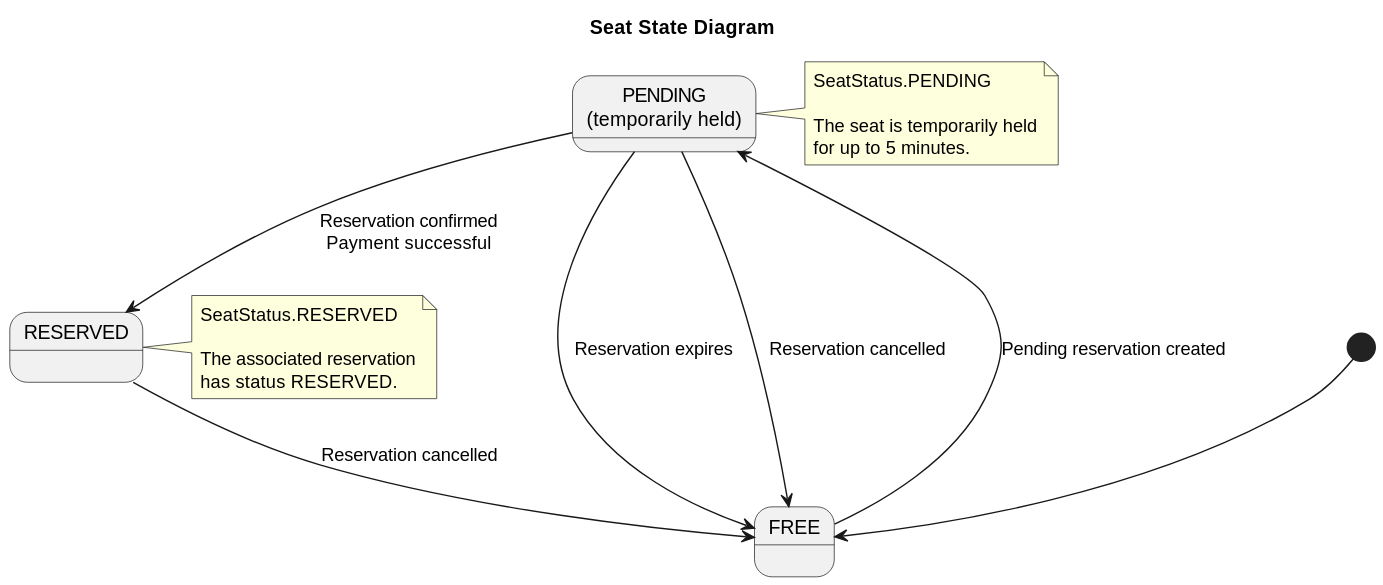
Earlier version of the PlantUML export diagrams/StateDiagrams/SeatStateDiagram.svg (MatinoTekkit/swi_cinema).
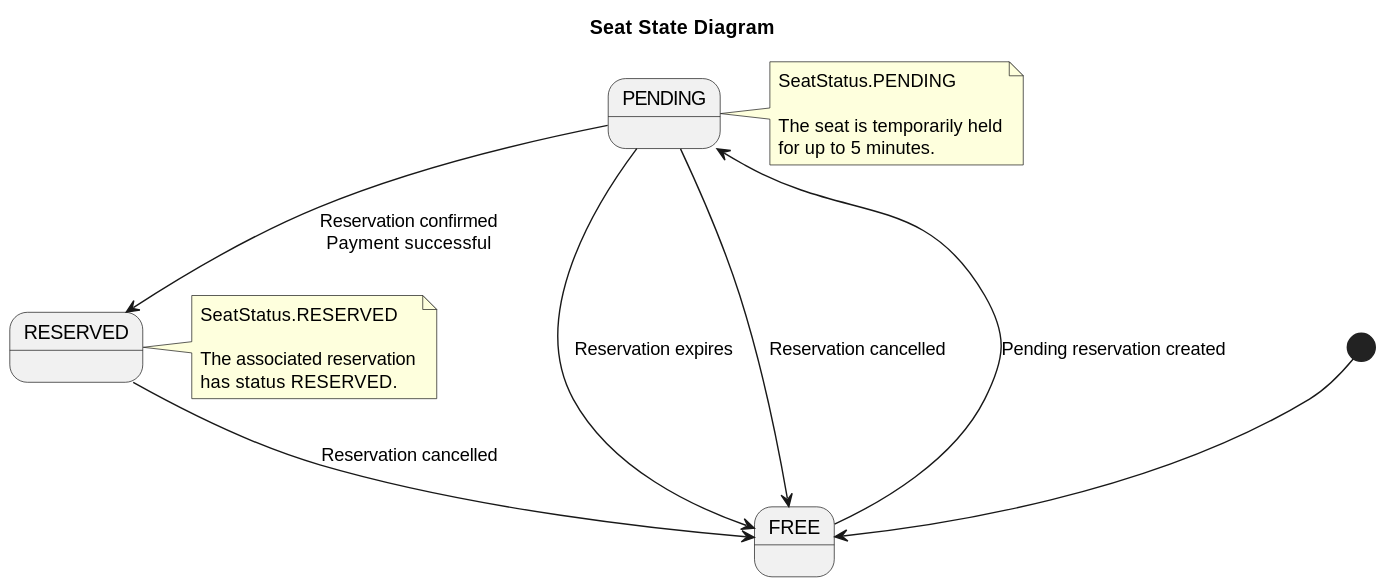
After the commit.

Change to the diagram source:
```diff
@@ -2,7 +2,7 @@
 title Seat State Diagram
 
 state "FREE" as Free
-state "PENDING\n(temporarily held)" as Pending
+state "PENDING" as Pending
 state "RESERVED" as Reserved
 
 [*] --> Free
```
